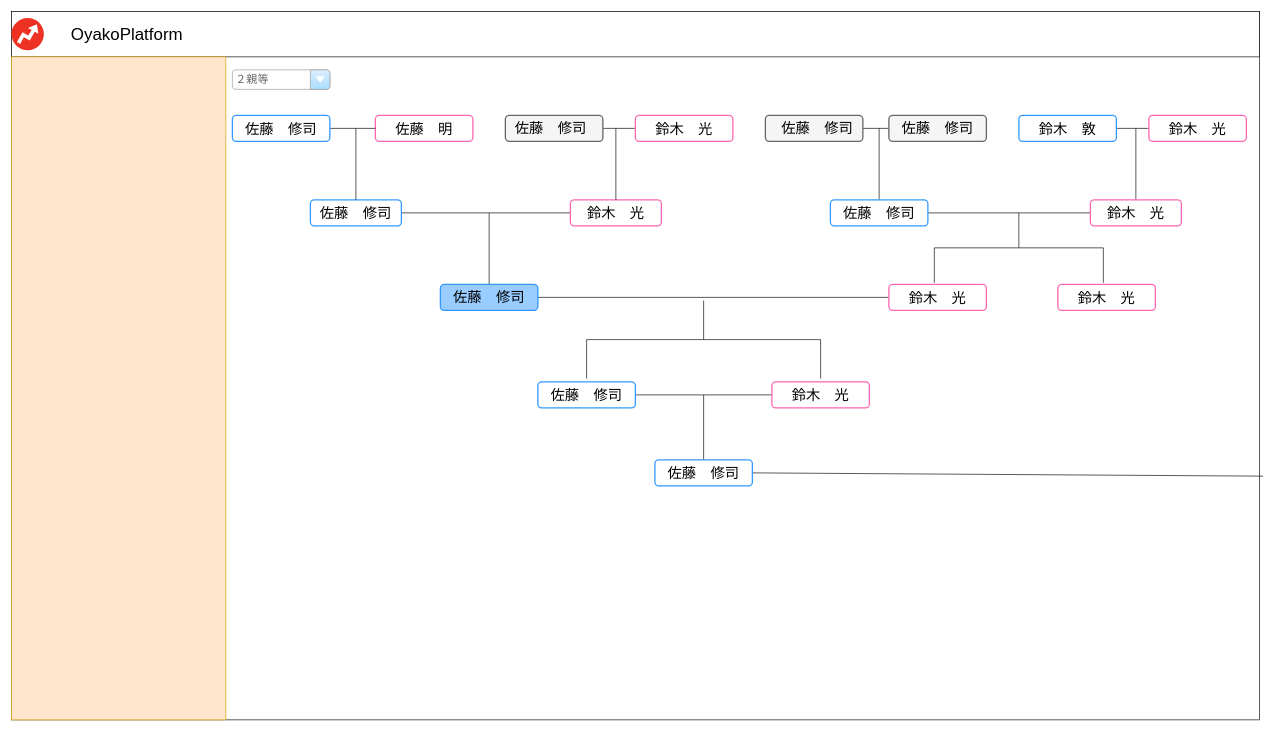
Earlier version of the draw.io diagram page "家系図画面" (3 of 4) of doc/画面.drawio (KoMMet/OyakoProject). Source tidied: cells renumbered, new cells numbered last; positions are measured from the earlier drawing's top-left corner, leaving out a move shared by most shapes. Both pictures are drawn from the tidied source at 65%, with x=0, y=0 at pixel (11, 11).
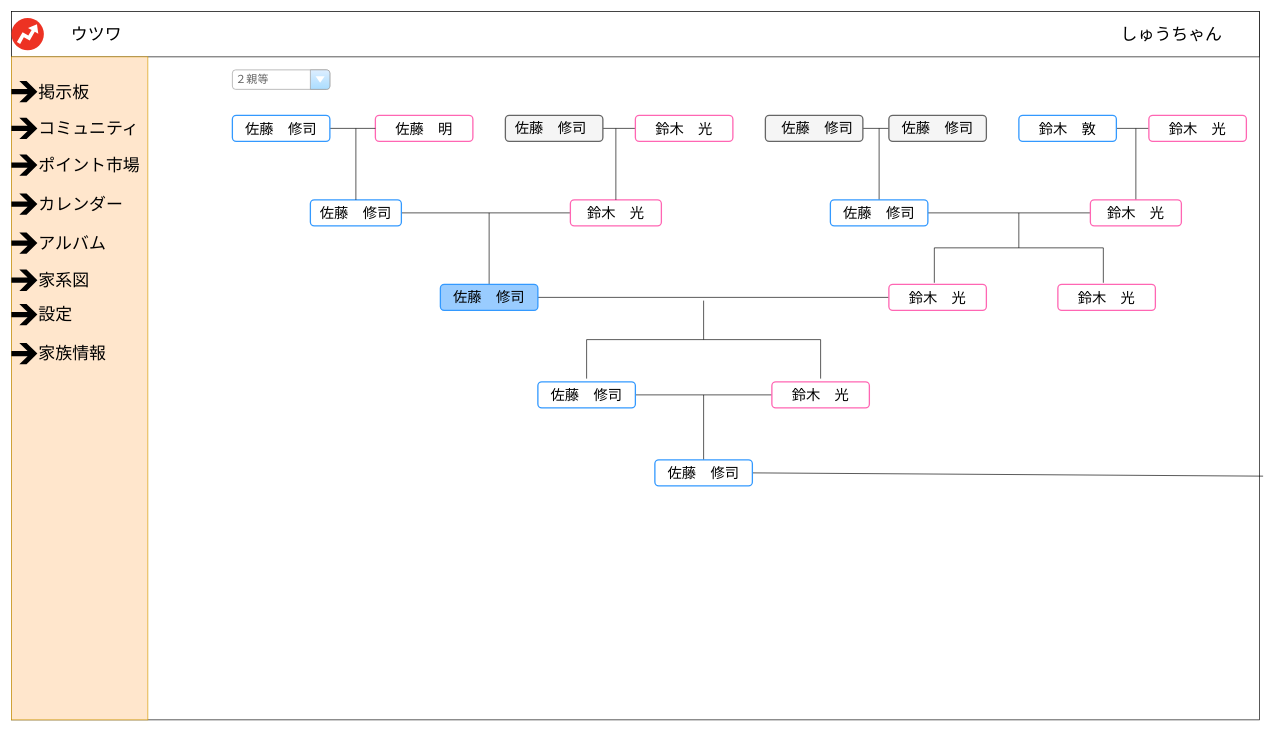
The same page after the edit.

The edit, as a diff of the source:
```diff
@@
-    <mxCell id="5" value="OyakoPlatform" style="text;html=1;strokeColor=none;fillColor=none;align=left;verticalAlign=middle;whiteSpace=wrap;rounded=0;shadow=0;labelBackgroundColor=#ffffff;sketch=0;fontSize=26;" parent="1" vertex="1">
+    <mxCell id="5" value="ウツワ" style="text;html=1;strokeColor=none;fillColor=none;align=left;verticalAlign=middle;whiteSpace=wrap;rounded=0;shadow=0;labelBackgroundColor=#ffffff;sketch=0;fontSize=26;" parent="1" vertex="1">
       <mxGeometry x="90" y="25" width="150" height="20" as="geometry" />
     </mxCell>
@@
-    <mxCell id="11" style="rounded=0;whiteSpace=wrap;html=1;shadow=0;labelBackgroundColor=#ffffff;sketch=0;strokeColor=#d79b00;strokeWidth=1;fontSize=26;align=left;fillColor=#ffe6cc;" parent="1" vertex="1">
-      <mxGeometry y="70" width="330" height="1020" as="geometry" />
-    </mxCell>
@@
+    <mxCell id="48" style="group;" parent="1" vertex="1">
+      <mxGeometry y="70" width="210" height="1020" as="geometry" />
+    </mxCell>
+    <mxCell id="11" style="rounded=0;whiteSpace=wrap;html=1;shadow=0;labelBackgroundColor=#ffffff;sketch=0;strokeColor=#d79b00;strokeWidth=1;fontSize=26;align=left;fillColor=#ffe6cc;" parent="48" vertex="1">
+      <mxGeometry width="210" height="1020" as="geometry" />
+    </mxCell>
+    <mxCell id="49" style="shape=mxgraph.signs.travel.arrow_east;html=1;fillColor=#000000;strokeColor=none;verticalLabelPosition=bottom;verticalAlign=top;align=center;" parent="48" vertex="1">
+      <mxGeometry y="37" width="40" height="33" as="geometry" />
+    </mxCell>
+    <mxCell id="50" value="&lt;font style=&quot;font-size: 26px;&quot;&gt;掲示板&lt;/font&gt;" style="text;html=1;strokeColor=none;fillColor=none;align=left;verticalAlign=middle;whiteSpace=wrap;rounded=0;fontSize=26;" parent="48" vertex="1">
+      <mxGeometry x="40" y="37" width="170" height="33" as="geometry" />
+    </mxCell>
+    <mxCell id="51" style="shape=mxgraph.signs.travel.arrow_east;html=1;fillColor=#000000;strokeColor=none;verticalLabelPosition=bottom;verticalAlign=top;align=center;" parent="48" vertex="1">
+      <mxGeometry y="93.5" width="40" height="33" as="geometry" />
+    </mxCell>
+    <mxCell id="52" value="コミュニティ" style="text;html=1;strokeColor=none;fillColor=none;align=left;verticalAlign=middle;whiteSpace=wrap;rounded=0;fontSize=26;" parent="48" vertex="1">
+      <mxGeometry x="40" y="93.5" width="170" height="33" as="geometry" />
+    </mxCell>
+    <mxCell id="53" style="shape=mxgraph.signs.travel.arrow_east;html=1;fillColor=#000000;strokeColor=none;verticalLabelPosition=bottom;verticalAlign=top;align=center;" parent="48" vertex="1">
+      <mxGeometry y="150" width="40" height="33" as="geometry" />
+    </mxCell>
+    <mxCell id="54" value="ポイント市場" style="text;html=1;strokeColor=none;fillColor=none;align=left;verticalAlign=middle;whiteSpace=wrap;rounded=0;fontSize=26;" parent="48" vertex="1">
+      <mxGeometry x="40" y="150" width="170" height="33" as="geometry" />
+    </mxCell>
+    <mxCell id="55" style="shape=mxgraph.signs.travel.arrow_east;html=1;fillColor=#000000;strokeColor=none;verticalLabelPosition=bottom;verticalAlign=top;align=center;" parent="48" vertex="1">
+      <mxGeometry y="210" width="40" height="33" as="geometry" />
+    </mxCell>
+    <mxCell id="56" value="カレンダー" style="text;html=1;strokeColor=none;fillColor=none;align=left;verticalAlign=middle;whiteSpace=wrap;rounded=0;fontSize=26;" parent="48" vertex="1">
+      <mxGeometry x="40" y="210" width="170" height="33" as="geometry" />
+    </mxCell>
+    <mxCell id="57" style="shape=mxgraph.signs.travel.arrow_east;html=1;fillColor=#000000;strokeColor=none;verticalLabelPosition=bottom;verticalAlign=top;align=center;" parent="48" vertex="1">
+      <mxGeometry y="270" width="40" height="33" as="geometry" />
+    </mxCell>
+    <mxCell id="58" value="アルバム" style="text;html=1;strokeColor=none;fillColor=none;align=left;verticalAlign=middle;whiteSpace=wrap;rounded=0;fontSize=26;" parent="48" vertex="1">
+      <mxGeometry x="40" y="270" width="170" height="33" as="geometry" />
+    </mxCell>
+    <mxCell id="59" style="shape=mxgraph.signs.travel.arrow_east;html=1;fillColor=#000000;strokeColor=none;verticalLabelPosition=bottom;verticalAlign=top;align=center;" parent="48" vertex="1">
+      <mxGeometry y="327" width="40" height="33" as="geometry" />
+    </mxCell>
+    <mxCell id="60" value="家系図" style="text;html=1;strokeColor=none;fillColor=none;align=left;verticalAlign=middle;whiteSpace=wrap;rounded=0;fontSize=26;" parent="48" vertex="1">
+      <mxGeometry x="40" y="327" width="170" height="33" as="geometry" />
+    </mxCell>
+    <mxCell id="61" style="shape=mxgraph.signs.travel.arrow_east;html=1;fillColor=#000000;strokeColor=none;verticalLabelPosition=bottom;verticalAlign=top;align=center;" parent="48" vertex="1">
+      <mxGeometry y="380" width="40" height="33" as="geometry" />
+    </mxCell>
+    <mxCell id="62" value="設定" style="text;html=1;strokeColor=none;fillColor=none;align=left;verticalAlign=middle;whiteSpace=wrap;rounded=0;fontSize=26;" parent="48" vertex="1">
+      <mxGeometry x="40" y="380" width="170" height="33" as="geometry" />
+    </mxCell>
+    <mxCell id="63" style="shape=mxgraph.signs.travel.arrow_east;html=1;fillColor=#000000;strokeColor=none;verticalLabelPosition=bottom;verticalAlign=top;align=center;" parent="48" vertex="1">
+      <mxGeometry y="440" width="40" height="33" as="geometry" />
+    </mxCell>
+    <mxCell id="64" value="家族情報" style="text;html=1;strokeColor=none;fillColor=none;align=left;verticalAlign=middle;whiteSpace=wrap;rounded=0;fontSize=26;" parent="48" vertex="1">
+      <mxGeometry x="40" y="440" width="170" height="33" as="geometry" />
+    </mxCell>
+    <mxCell id="65" value="しゅうちゃん" style="text;html=1;strokeColor=none;fillColor=none;align=center;verticalAlign=middle;whiteSpace=wrap;rounded=0;shadow=1;fontSize=26;" parent="1" vertex="1">
+      <mxGeometry x="1690" y="15" width="190" height="40" as="geometry" />
+    </mxCell>
```
